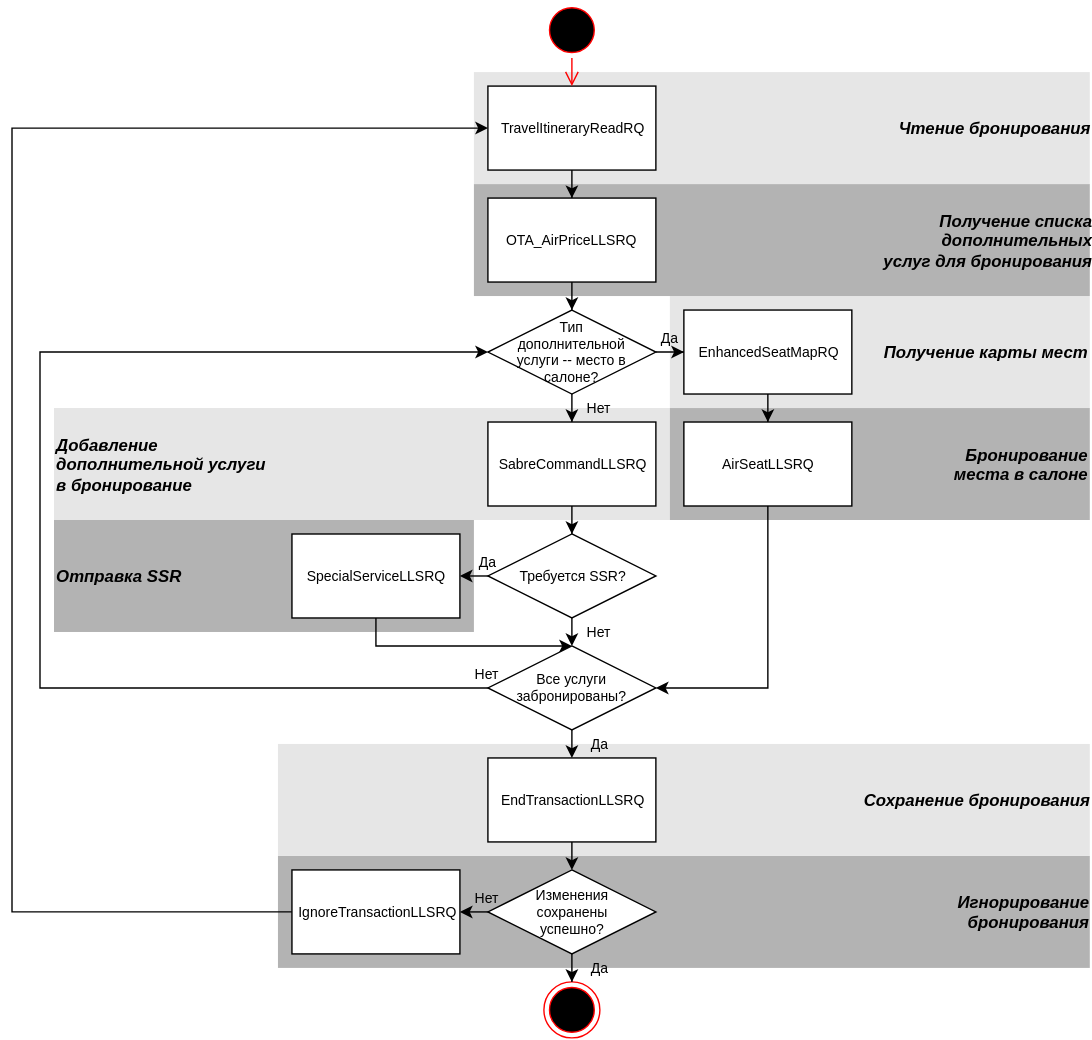
andreypolyak/sabre-apis-ru keeps this draw.io diagram as assets/svg/Book Ancillaries/[RU]Book Ancillaries[FromBFM]-1.svg. Above is the earlier version. Source tidied: cells renumbered, new cells last; positions are measured from the earlier drawing's top-left corner, leaving out a move shared by most shapes.
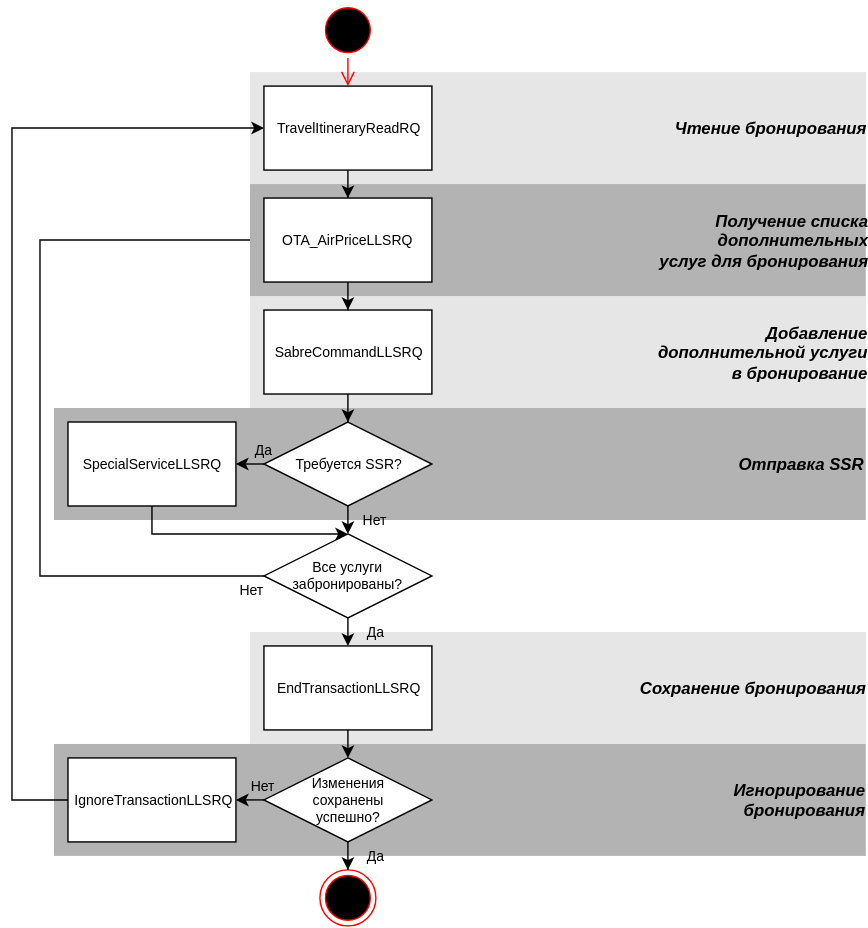
Later version of the same file.

Change to the diagram source:
```diff
@@ -2,60 +2,18 @@
   <root>
     <mxCell id="0" />
     <mxCell id="1" parent="0" />
+    <mxCell id="8" value="&lt;div style=&quot;text-align: right&quot;&gt;&lt;span style=&quot;font-size: 12px ; line-height: 14.4px&quot;&gt;&lt;b&gt;&lt;i&gt;Чтение бронирования&lt;/i&gt;&lt;/b&gt;&lt;/span&gt;&lt;/div&gt;" style="whiteSpace=wrap;html=1;fillColor=#E6E6E6;fontSize=10;strokeColor=none;align=right;gradientColor=none;" parent="1" vertex="1">
+      <mxGeometry x="330" y="130" width="440" height="80" as="geometry" />
+    </mxCell>
     <mxCell id="2" value="&lt;div style=&quot;text-align: right&quot;&gt;&lt;b style=&quot;font-size: 12px ; line-height: 14.4px&quot;&gt;&lt;i&gt;Игнорирование&lt;/i&gt;&lt;/b&gt;&lt;/div&gt;&lt;div style=&quot;text-align: right&quot;&gt;&lt;span style=&quot;font-size: 12px ; line-height: 14.4px&quot;&gt;&lt;b&gt;&lt;i&gt;бронирования&lt;/i&gt;&lt;/b&gt;&lt;/span&gt;&lt;/div&gt;" style="whiteSpace=wrap;html=1;fillColor=#B3B3B3;fontSize=10;strokeColor=none;align=right;gradientColor=none;" parent="1" vertex="1">
       <mxGeometry x="190" y="610" width="580" height="80" as="geometry" />
     </mxCell>
-    <mxCell id="3" value="&lt;div style=&quot;text-align: left&quot;&gt;&lt;span style=&quot;font-size: 12px ; line-height: 14.4px&quot;&gt;&lt;b&gt;&lt;i&gt;Отправка SSR&lt;/i&gt;&lt;/b&gt;&lt;/span&gt;&lt;/div&gt;" style="whiteSpace=wrap;html=1;fillColor=#B3B3B3;fontSize=10;strokeColor=none;align=left;gradientColor=none;" parent="1" vertex="1">
-      <mxGeometry x="30" y="370" width="300" height="80" as="geometry" />
+    <mxCell id="3" value="&lt;div style=&quot;text-align: left&quot;&gt;&lt;span style=&quot;font-size: 12px ; line-height: 14.4px&quot;&gt;&lt;b&gt;&lt;i&gt;Отправка SSR&lt;/i&gt;&lt;/b&gt;&lt;/span&gt;&lt;/div&gt;" style="whiteSpace=wrap;html=1;fillColor=#B3B3B3;fontSize=10;strokeColor=none;align=right;gradientColor=none;" parent="1" vertex="1">
+      <mxGeometry x="190" y="370" width="580" height="80" as="geometry" />
     </mxCell>
-    <mxCell id="4" value="&lt;div style=&quot;text-align: left&quot;&gt;&lt;span style=&quot;font-size: 12px ; line-height: 14.4px&quot;&gt;&lt;b&gt;&lt;i&gt;Добавление&lt;/i&gt;&lt;/b&gt;&lt;/span&gt;&lt;/div&gt;&lt;div style=&quot;text-align: left&quot;&gt;&lt;span style=&quot;font-size: 12px ; line-height: 14.4px&quot;&gt;&lt;b&gt;&lt;i&gt;дополнительной услуги&lt;/i&gt;&lt;/b&gt;&lt;/span&gt;&lt;/div&gt;&lt;div style=&quot;text-align: left&quot;&gt;&lt;span style=&quot;font-size: 12px ; line-height: 14.4px&quot;&gt;&lt;b&gt;&lt;i&gt;в бронирование&lt;/i&gt;&lt;/b&gt;&lt;/span&gt;&lt;/div&gt;" style="whiteSpace=wrap;html=1;fillColor=#E6E6E6;fontSize=10;strokeColor=none;align=left;gradientColor=none;" parent="1" vertex="1">
-      <mxGeometry x="30" y="290" width="440" height="80" as="geometry" />
+    <mxCell id="4" value="&lt;div style=&quot;text-align: right&quot;&gt;&lt;span style=&quot;font-size: 12px ; line-height: 14.4px&quot;&gt;&lt;b&gt;&lt;i&gt;Добавление&lt;/i&gt;&lt;/b&gt;&lt;/span&gt;&lt;/div&gt;&lt;div style=&quot;text-align: right&quot;&gt;&lt;span style=&quot;font-size: 12px ; line-height: 14.4px&quot;&gt;&lt;b&gt;&lt;i&gt;дополнительной услуги&lt;/i&gt;&lt;/b&gt;&lt;/span&gt;&lt;/div&gt;&lt;div style=&quot;text-align: right&quot;&gt;&lt;span style=&quot;font-size: 12px ; line-height: 14.4px&quot;&gt;&lt;b&gt;&lt;i&gt;в бронирование&lt;/i&gt;&lt;/b&gt;&lt;/span&gt;&lt;/div&gt;" style="whiteSpace=wrap;html=1;fillColor=#E6E6E6;fontSize=10;strokeColor=none;align=right;gradientColor=none;" parent="1" vertex="1">
+      <mxGeometry x="330" y="290" width="440" height="80" as="geometry" />
     </mxCell>
-    <mxCell id="5" value="&lt;div style=&quot;text-align: right&quot;&gt;&lt;span style=&quot;font-size: 12px ; line-height: 14.4px&quot;&gt;&lt;b&gt;&lt;i&gt;Бронирование&lt;/i&gt;&lt;/b&gt;&lt;/span&gt;&lt;/div&gt;&lt;div style=&quot;text-align: right&quot;&gt;&lt;span style=&quot;font-size: 12px ; line-height: 14.4px&quot;&gt;&lt;b&gt;&lt;i&gt;места&amp;nbsp;&lt;/i&gt;&lt;/b&gt;&lt;/span&gt;&lt;b style=&quot;font-size: 12px ; line-height: 14.4px&quot;&gt;&lt;i&gt;в салоне&lt;/i&gt;&lt;/b&gt;&lt;/div&gt;" style="whiteSpace=wrap;html=1;fillColor=#B3B3B3;fontSize=10;strokeColor=none;align=right;gradientColor=none;" parent="1" vertex="1">
-      <mxGeometry x="470" y="290" width="300" height="80" as="geometry" />
-    </mxCell>
-    <mxCell id="6" value="&lt;div style=&quot;text-align: right&quot;&gt;&lt;span style=&quot;font-size: 12px ; line-height: 14.4px&quot;&gt;&lt;b&gt;&lt;i&gt;Получение карты мест&lt;/i&gt;&lt;/b&gt;&lt;/span&gt;&lt;/div&gt;" style="whiteSpace=wrap;html=1;fillColor=#E6E6E6;fontSize=10;strokeColor=none;align=right;gradientColor=none;" parent="1" vertex="1">
-      <mxGeometry x="470" y="210" width="300" height="80" as="geometry" />
-    </mxCell>
-    <mxCell id="7" value="&lt;div style=&quot;text-align: right&quot;&gt;&lt;span&gt;&lt;b&gt;&lt;i&gt;&lt;font style=&quot;font-size: 12px&quot;&gt;Получение списка&lt;/font&gt;&lt;/i&gt;&lt;/b&gt;&lt;/span&gt;&lt;/div&gt;&lt;div style=&quot;text-align: right&quot;&gt;&lt;span&gt;&lt;b&gt;&lt;i&gt;&lt;font style=&quot;font-size: 12px&quot;&gt;дополнительных&lt;/font&gt;&lt;/i&gt;&lt;/b&gt;&lt;/span&gt;&lt;/div&gt;&lt;div style=&quot;text-align: right&quot;&gt;&lt;span&gt;&lt;b&gt;&lt;i&gt;&lt;font style=&quot;font-size: 12px&quot;&gt;услуг для бронирования&lt;/font&gt;&lt;/i&gt;&lt;/b&gt;&lt;/span&gt;&lt;br&gt;&lt;/div&gt;" style="whiteSpace=wrap;html=1;fillColor=#B3B3B3;fontSize=10;strokeColor=none;align=right;gradientColor=none;" parent="1" vertex="1">
-      <mxGeometry x="330" y="130" width="440" height="80" as="geometry" />
-    </mxCell>
-    <mxCell id="8" value="&lt;div style=&quot;text-align: right&quot;&gt;&lt;span style=&quot;font-size: 12px ; line-height: 14.4px&quot;&gt;&lt;b&gt;&lt;i&gt;Чтение бронирования&lt;/i&gt;&lt;/b&gt;&lt;/span&gt;&lt;/div&gt;" style="whiteSpace=wrap;html=1;fillColor=#E6E6E6;fontSize=10;strokeColor=none;align=right;gradientColor=none;" parent="1" vertex="1">
-      <mxGeometry x="330" y="50" width="440" height="80" as="geometry" />
-    </mxCell>
-    <mxCell id="9" style="edgeStyle=orthogonalEdgeStyle;rounded=0;html=1;labelBackgroundColor=none;jettySize=auto;fontSize=10;" parent="1" edge="1" source="10" target="12">
-      <mxGeometry relative="1" as="geometry" />
-    </mxCell>
-    <mxCell id="10" value="TravelItineraryReadRQ" style="whiteSpace=wrap;html=1;rounded=0;fontSize=10;" parent="1" vertex="1">
-      <mxGeometry x="340" y="60" width="120" height="60" as="geometry" />
-    </mxCell>
-    <mxCell id="11" style="edgeStyle=orthogonalEdgeStyle;rounded=0;html=1;labelBackgroundColor=none;jettySize=auto;fontSize=10;" parent="1" edge="1" source="12" target="17">
-      <mxGeometry relative="1" as="geometry" />
-    </mxCell>
-    <mxCell id="12" value="OTA_AirPriceLLSRQ" style="whiteSpace=wrap;html=1;rounded=0;fontSize=10;" parent="1" vertex="1">
-      <mxGeometry x="340" y="140" width="120" height="60" as="geometry" />
-    </mxCell>
-    <mxCell id="13" style="edgeStyle=orthogonalEdgeStyle;rounded=0;html=1;labelBackgroundColor=none;jettySize=auto;fontSize=10;" parent="1" edge="1" source="14" target="19">
-      <mxGeometry relative="1" as="geometry" />
-    </mxCell>
-    <mxCell id="14" value="EnhancedSeatMapRQ" style="whiteSpace=wrap;html=1;rounded=0;fontSize=10;" parent="1" vertex="1">
-      <mxGeometry x="480" y="220" width="120" height="60" as="geometry" />
-    </mxCell>
-    <mxCell id="15" value="Нет" style="edgeStyle=orthogonalEdgeStyle;rounded=0;html=1;labelBackgroundColor=none;jettySize=auto;fontSize=10;" parent="1" edge="1" source="17" target="23">
-      <mxGeometry x="0.67" y="20" relative="1" as="geometry" />
-    </mxCell>
-    <mxCell id="16" value="Да" style="edgeStyle=orthogonalEdgeStyle;rounded=0;html=1;labelBackgroundColor=none;jettySize=auto;fontSize=10;" parent="1" edge="1" source="17" target="14">
-      <mxGeometry x="0.67" y="10" relative="1" as="geometry" />
-    </mxCell>
-    <mxCell id="17" value="Тип&lt;div&gt;дополнительной&lt;/div&gt;&lt;div&gt;услуги -- место в салоне?&lt;/div&gt;" style="rhombus;whiteSpace=wrap;html=1;rounded=0;fontSize=10;" parent="1" vertex="1">
-      <mxGeometry x="340" y="220" width="120" height="60" as="geometry" />
-    </mxCell>
-    <mxCell id="18" style="edgeStyle=orthogonalEdgeStyle;rounded=0;html=1;exitX=0.5;exitY=1;entryX=1;entryY=0.5;labelBackgroundColor=none;jettySize=auto;fontSize=10;" parent="1" edge="1" source="19" target="31">
-      <mxGeometry relative="1" as="geometry" />
-    </mxCell>
-    <mxCell id="19" value="AirSeatLLSRQ" style="whiteSpace=wrap;html=1;rounded=0;fontSize=10;" parent="1" vertex="1">
-      <mxGeometry x="480" y="300" width="120" height="60" as="geometry" />
-    </mxCell>
     <mxCell id="20" style="edgeStyle=orthogonalEdgeStyle;rounded=0;html=1;exitX=0.5;exitY=1;entryX=0.5;entryY=0;labelBackgroundColor=none;jettySize=auto;fontSize=10;" parent="1" edge="1" source="21" target="31">
       <mxGeometry relative="1" as="geometry">
         <Array as="points">
@@ -76,11 +34,11 @@
       <mxGeometry x="380" y="700" width="40" height="40" as="geometry" />
     </mxCell>
     <mxCell id="25" style="ellipse;html=1;shape=startState;fillColor=#000000;strokeColor=#ff0000;rounded=0;fontSize=10;align=center;" parent="1" vertex="1">
-      <mxGeometry x="380" width="40" height="40" as="geometry" />
+      <mxGeometry x="380" y="80" width="40" height="40" as="geometry" />
     </mxCell>
     <mxCell id="26" style="edgeStyle=orthogonalEdgeStyle;html=1;verticalAlign=bottom;endArrow=open;endSize=8;strokeColor=#ff0000;fontSize=10;" parent="1" edge="1" source="25">
-      <mxGeometry x="140" y="1300" as="geometry">
-        <mxPoint x="400" y="60" as="targetPoint" />
+      <mxGeometry x="140" y="1380" as="geometry">
+        <mxPoint x="400" y="140" as="targetPoint" />
       </mxGeometry>
     </mxCell>
     <mxCell id="27" value="Да" style="edgeStyle=orthogonalEdgeStyle;rounded=0;html=1;exitX=0;exitY=0.5;entryX=1;entryY=0.5;labelBackgroundColor=none;jettySize=auto;fontSize=10;" parent="1" edge="1" source="29" target="21">
@@ -92,11 +50,11 @@
     <mxCell id="29" value="Требуется SSR?" style="rhombus;whiteSpace=wrap;html=1;rounded=0;fontSize=10;" parent="1" vertex="1">
       <mxGeometry x="340" y="380" width="120" height="60" as="geometry" />
     </mxCell>
-    <mxCell id="30" value="Нет" style="edgeStyle=orthogonalEdgeStyle;rounded=0;html=1;exitX=0;exitY=0.5;entryX=0;entryY=0.5;labelBackgroundColor=none;jettySize=auto;fontSize=10;" parent="1" edge="1" source="31" target="17">
-      <mxGeometry x="-0.25" y="-320" relative="1" as="geometry">
+    <mxCell id="30" value="Нет" style="edgeStyle=orthogonalEdgeStyle;rounded=0;html=1;exitX=0;exitY=0.5;entryX=0;entryY=0.5;labelBackgroundColor=none;jettySize=auto;fontSize=10;" parent="1" edge="1" source="31" target="12">
+      <mxGeometry x="-0.97" y="10" relative="1" as="geometry">
         <Array as="points">
-          <mxPoint x="20" y="490" />
-          <mxPoint x="20" y="250" />
+          <mxPoint x="180" y="490" />
+          <mxPoint x="180" y="250" />
         </Array>
       </mxGeometry>
     </mxCell>
@@ -104,7 +62,7 @@
       <mxGeometry x="340" y="460" width="120" height="60" as="geometry" />
     </mxCell>
     <mxCell id="32" value="&lt;div style=&quot;text-align: right&quot;&gt;&lt;span style=&quot;font-size: 12px ; line-height: 14.4px&quot;&gt;&lt;b&gt;&lt;i&gt;Сохранение бронирования&lt;/i&gt;&lt;/b&gt;&lt;/span&gt;&lt;/div&gt;" style="whiteSpace=wrap;html=1;fillColor=#E6E6E6;fontSize=10;strokeColor=none;align=right;gradientColor=none;" parent="1" vertex="1">
-      <mxGeometry x="190" y="530" width="580" height="80" as="geometry" />
+      <mxGeometry x="330" y="530" width="440" height="80" as="geometry" />
     </mxCell>
     <mxCell id="33" value="Да" style="edgeStyle=orthogonalEdgeStyle;rounded=0;html=1;exitX=0.5;exitY=1;labelBackgroundColor=none;jettySize=auto;fontSize=10;" parent="1" edge="1" target="24">
       <mxGeometry x="0.67" y="20" relative="1" as="geometry">
@@ -129,13 +87,30 @@
     <mxCell id="39" style="edgeStyle=orthogonalEdgeStyle;rounded=0;html=1;exitX=0;exitY=0.5;entryX=0;entryY=0.5;labelBackgroundColor=none;jettySize=auto;fontSize=10;" parent="1" edge="1" source="40" target="10">
       <mxGeometry relative="1" as="geometry">
         <Array as="points">
-          <mxPoint y="650" />
-          <mxPoint y="90" />
+          <mxPoint x="160" y="650" />
+          <mxPoint x="160" y="170" />
         </Array>
       </mxGeometry>
     </mxCell>
     <mxCell id="40" value="IgnoreTransactionLLSRQ" style="whiteSpace=wrap;html=1;rounded=0;fontSize=10;" parent="1" vertex="1">
       <mxGeometry x="200" y="620" width="120" height="60" as="geometry" />
     </mxCell>
+    <mxCell id="7" value="&lt;div style=&quot;text-align: right&quot;&gt;&lt;span&gt;&lt;b&gt;&lt;i&gt;&lt;font style=&quot;font-size: 12px&quot;&gt;Получение списка&lt;/font&gt;&lt;/i&gt;&lt;/b&gt;&lt;/span&gt;&lt;/div&gt;&lt;div style=&quot;text-align: right&quot;&gt;&lt;span&gt;&lt;b&gt;&lt;i&gt;&lt;font style=&quot;font-size: 12px&quot;&gt;дополнительных&lt;/font&gt;&lt;/i&gt;&lt;/b&gt;&lt;/span&gt;&lt;/div&gt;&lt;div style=&quot;text-align: right&quot;&gt;&lt;span&gt;&lt;b&gt;&lt;i&gt;&lt;font style=&quot;font-size: 12px&quot;&gt;услуг для бронирования&lt;/font&gt;&lt;/i&gt;&lt;/b&gt;&lt;/span&gt;&lt;br&gt;&lt;/div&gt;" style="whiteSpace=wrap;html=1;fillColor=#B3B3B3;fontSize=10;strokeColor=none;align=right;gradientColor=none;" parent="1" vertex="1">
+      <mxGeometry x="330" y="210" width="440" height="80" as="geometry" />
+    </mxCell>
+    <mxCell id="9" style="edgeStyle=orthogonalEdgeStyle;rounded=0;html=1;labelBackgroundColor=none;jettySize=auto;fontSize=10;" parent="1" edge="1" source="10" target="12">
+      <mxGeometry x="140" y="1460" as="geometry" />
+    </mxCell>
+    <mxCell id="10" value="TravelItineraryReadRQ" style="whiteSpace=wrap;html=1;rounded=0;fontSize=10;" parent="1" vertex="1">
+      <mxGeometry x="340" y="140" width="120" height="60" as="geometry" />
+    </mxCell>
+    <mxCell id="41" style="edgeStyle=orthogonalEdgeStyle;rounded=0;html=1;labelBackgroundColor=none;jettySize=auto;fontSize=10;" parent="1" edge="1" source="12">
+      <mxGeometry relative="1" as="geometry">
+        <mxPoint x="400" y="300" as="targetPoint" />
+      </mxGeometry>
+    </mxCell>
+    <mxCell id="12" value="OTA_AirPriceLLSRQ" style="whiteSpace=wrap;html=1;rounded=0;fontSize=10;" parent="1" vertex="1">
+      <mxGeometry x="340" y="220" width="120" height="60" as="geometry" />
+    </mxCell>
   </root>
 </mxGraphModel>
```
